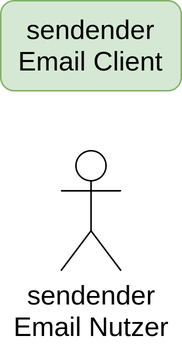
Earlier version of the draw.io export vortrag/media/mail-server-connection-02.png (noahvogt/texdiary). Source tidied: cells renumbered, new cells last; positions are measured from the earlier drawing's top-left corner, leaving out a move shared by most shapes. Source of this version:
```xml
<mxGraphModel>
  <root>
    <mxCell id="0" />
    <mxCell id="1" parent="0" />
    <mxCell id="2" value="&lt;font style=&quot;font-size: 18px&quot;&gt;sendender&lt;br&gt;Email Nutzer&lt;/font&gt;" style="shape=umlActor;verticalLabelPosition=bottom;verticalAlign=top;html=1;" parent="1" vertex="1">
      <mxGeometry x="40" y="100" width="40" height="80" as="geometry" />
    </mxCell>
    <mxCell id="3" value="&lt;font style=&quot;font-size: 18px&quot;&gt;sendender&lt;br&gt;Email Client&lt;/font&gt;" style="rounded=1;whiteSpace=wrap;html=1;fillColor=#d5e8d4;strokeColor=#82b366;" parent="1" vertex="1">
      <mxGeometry width="120" height="60" as="geometry" />
    </mxCell>
  </root>
</mxGraphModel>
```
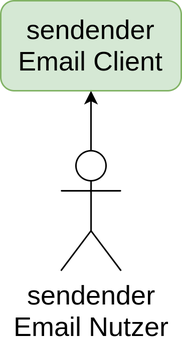
Later version of the same file.

The edit, as a diff of the source:
```diff
@@ -2,11 +2,14 @@
   <root>
     <mxCell id="0" />
     <mxCell id="1" parent="0" />
-    <mxCell id="2" value="&lt;font style=&quot;font-size: 18px&quot;&gt;sendender&lt;br&gt;Email Nutzer&lt;/font&gt;" style="shape=umlActor;verticalLabelPosition=bottom;verticalAlign=top;html=1;" parent="1" vertex="1">
-      <mxGeometry x="40" y="100" width="40" height="80" as="geometry" />
+    <mxCell id="2" style="edgeStyle=orthogonalEdgeStyle;rounded=0;jettySize=auto;html=1;entryX=0.5;entryY=1;entryDx=0;entryDy=0;" parent="1" edge="1" source="3" target="4">
+      <mxGeometry relative="1" as="geometry" />
     </mxCell>
-    <mxCell id="3" value="&lt;font style=&quot;font-size: 18px&quot;&gt;sendender&lt;br&gt;Email Client&lt;/font&gt;" style="rounded=1;whiteSpace=wrap;html=1;fillColor=#d5e8d4;strokeColor=#82b366;" parent="1" vertex="1">
-      <mxGeometry width="120" height="60" as="geometry" />
+    <mxCell id="3" value="&lt;font style=&quot;font-size: 18px&quot;&gt;sendender&lt;br&gt;Email Nutzer&lt;/font&gt;" style="shape=umlActor;verticalLabelPosition=bottom;verticalAlign=top;html=1;outlineConnect=0;" parent="1" vertex="1">
+      <mxGeometry width="40" height="80" as="geometry" />
     </mxCell>
+    <mxCell id="4" value="&lt;font style=&quot;font-size: 18px&quot;&gt;sendender&lt;br&gt;Email Client&lt;/font&gt;" style="rounded=1;whiteSpace=wrap;html=1;fillColor=#d5e8d4;strokeColor=#82b366;" parent="1" vertex="1">
+      <mxGeometry x="-40" y="-100" width="120" height="60" as="geometry" />
+    </mxCell>
   </root>
 </mxGraphModel>
```
